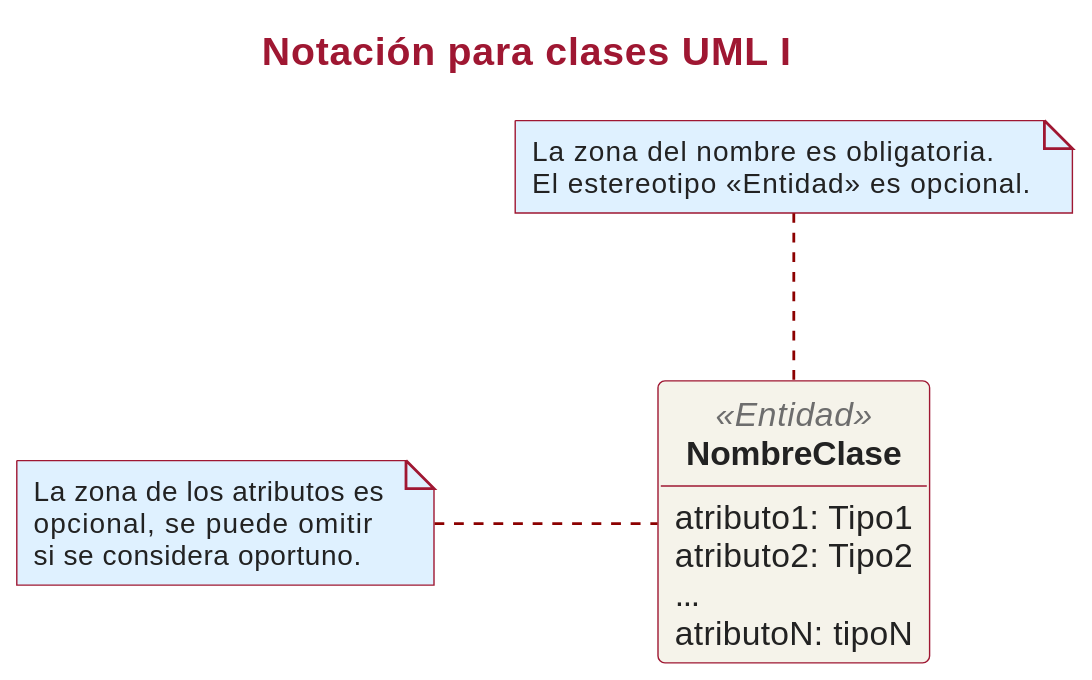
Above: assets/slides/iissi1/t6-introduccion-al-modelado-conceptual/puml/dc-notacion-clases-uml-I.svg in IISSI-US/web (PlantUML), before the change.
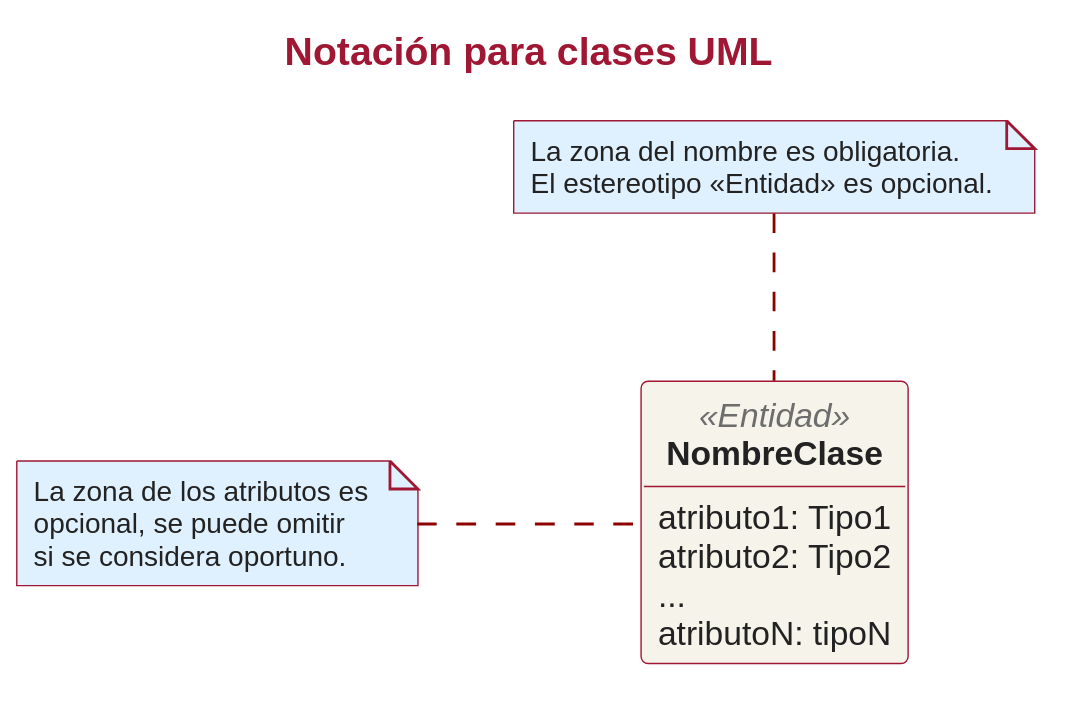
After the commit.

Change to the diagram source:
```diff
@@ -1,7 +1,12 @@
 @startuml
-title Notación para clases UML I
+title Notación para clases UML
 !include ../../puml/teoria.iuml
-!include NombreClase.iuml
+Class NombreClase <<Entidad>>{
+  atributo1: Tipo1
+  atributo2: Tipo2
+  ...
+  atributoN: tipoN
+}
 
 note top of NombreClase
 La zona del nombre es obligatoria.
```
